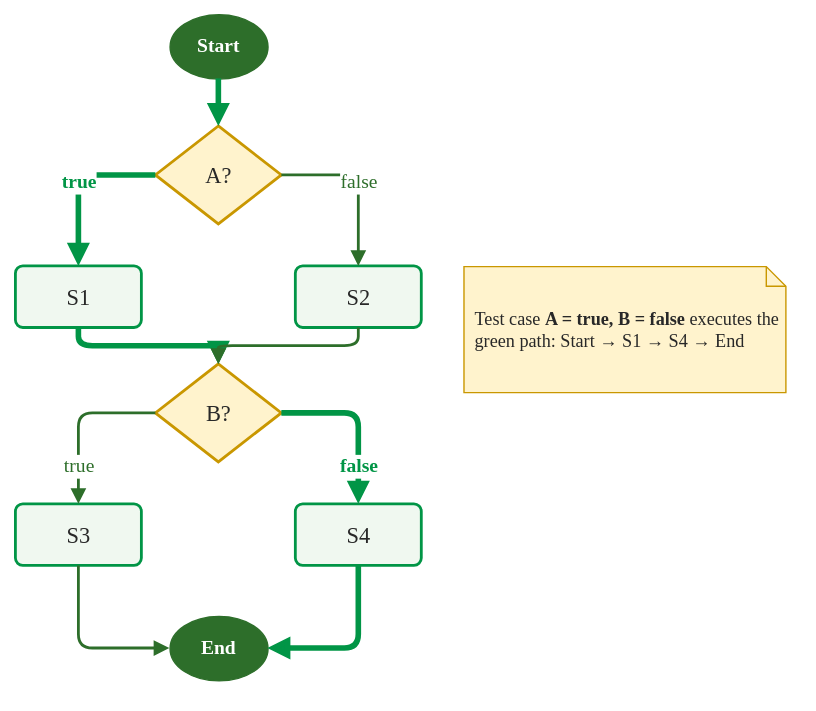
Earlier version of the draw.io export content/verif/coverage/cfg-path.svg (sqrbok/sqrbok-preview). Source tidied: cells renumbered, new cells last; positions are measured from the earlier drawing's top-left corner, leaving out a move shared by most shapes.
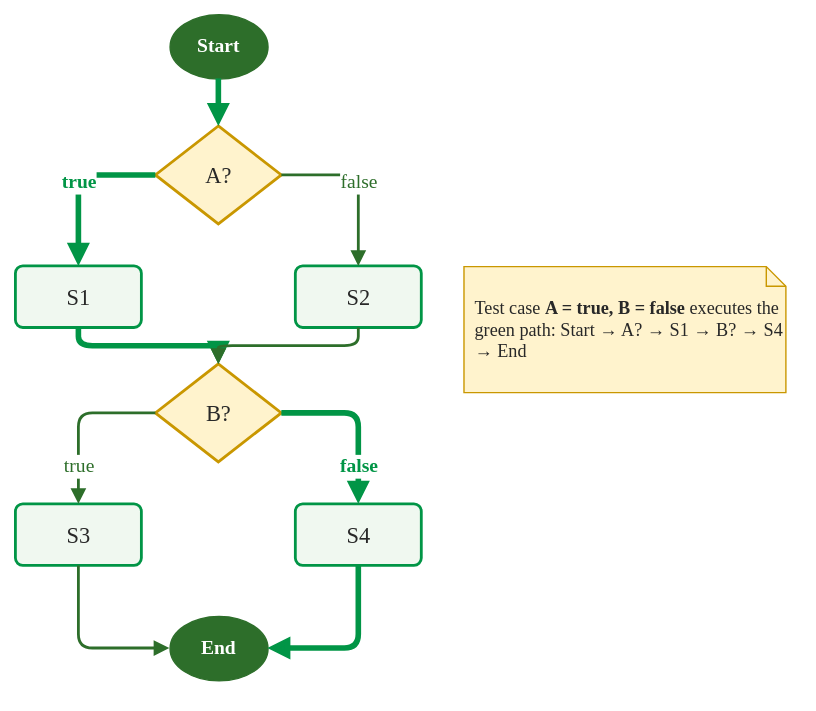
The same file after the commit.

Change to the diagram source:
```diff
@@ -53,7 +53,7 @@
     <mxCell id="18" style="endArrow=block;endFill=1;strokeColor=#019546;strokeWidth=4;fontColor=#019546;fontStyle=1;fontFamily=Tahoma;fontSize=14;html=1;labelBackgroundColor=#FFFFFF;edgeStyle=orthogonalEdgeStyle;rounded=1;exitX=0.5;exitY=1;entryX=1;entryY=0.5;" parent="1" edge="1" source="8" target="9">
       <mxGeometry relative="1" as="geometry" />
     </mxCell>
-    <mxCell id="19" value="Test case &lt;b&gt;A = true, B = false&lt;/b&gt; executes the green path: Start → S1 → S4 → End" style="shape=note;whiteSpace=wrap;html=1;size=14;fillColor=#fff3cd;strokeColor=#c99700;fontColor=#282828;align=left;spacingLeft=6;fontFamily=Tahoma;fontSize=13;" parent="1" vertex="1">
+    <mxCell id="19" value="Test case &lt;b&gt;A = true, B = false&lt;/b&gt; executes the green path: Start → A? → S1 → B? → S4 → End" style="shape=note;whiteSpace=wrap;html=1;size=14;fillColor=#fff3cd;strokeColor=#c99700;fontColor=#282828;align=left;spacingLeft=6;fontFamily=Tahoma;fontSize=13;" parent="1" vertex="1">
       <mxGeometry x="320" y="180" width="230" height="90" as="geometry" />
     </mxCell>
   </root>
```
